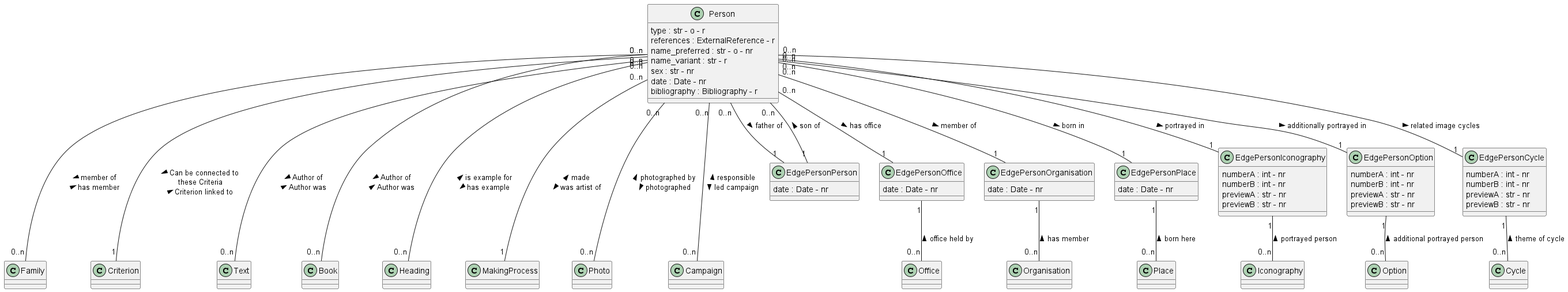
The PlantUML diagram documentation/class_diagrams/Person.png in tmasch/bpf_be, before a commit.
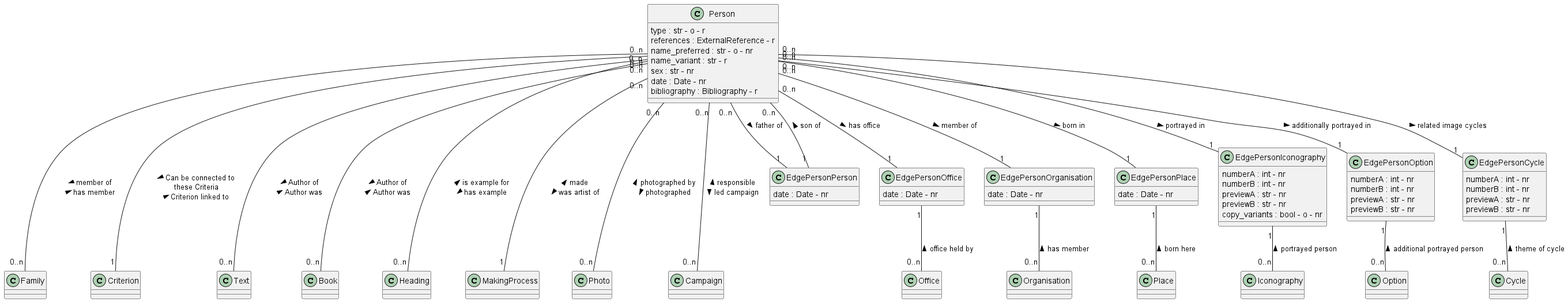
Above is the later version.

Diff of the diagram source:
```diff
@@ -1,4 +1,4 @@
-@startuml
+@startuml Person
 class Person
 Person : type : str - o - r
 Person : references : ExternalReference - r
@@ -56,6 +56,7 @@
 EdgePersonIconography : numberB : int - nr
 EdgePersonIconography : previewA : str - nr
 EdgePersonIconography : previewB : str - nr
+EdgePersonIconography : copy_variants : bool - o - nr
 
 class EdgePersonOption
 EdgePersonOption : numberA : int - nr
```
